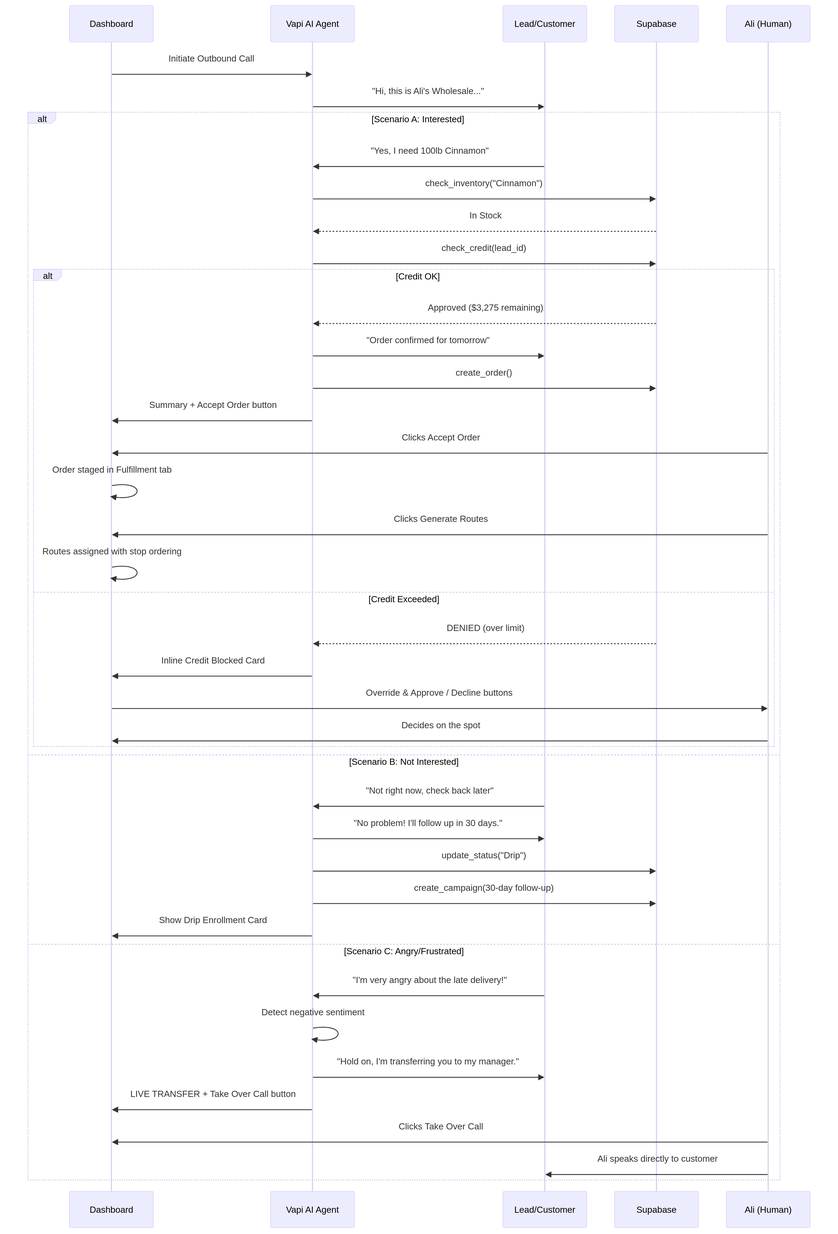
Above: docs/diagrams/03_call_workflow.png in sk6786/AliWholesaleSaas (Mermaid), before the change. Its source is kept beside it as docs/diagrams/03_call_workflow.mmd.
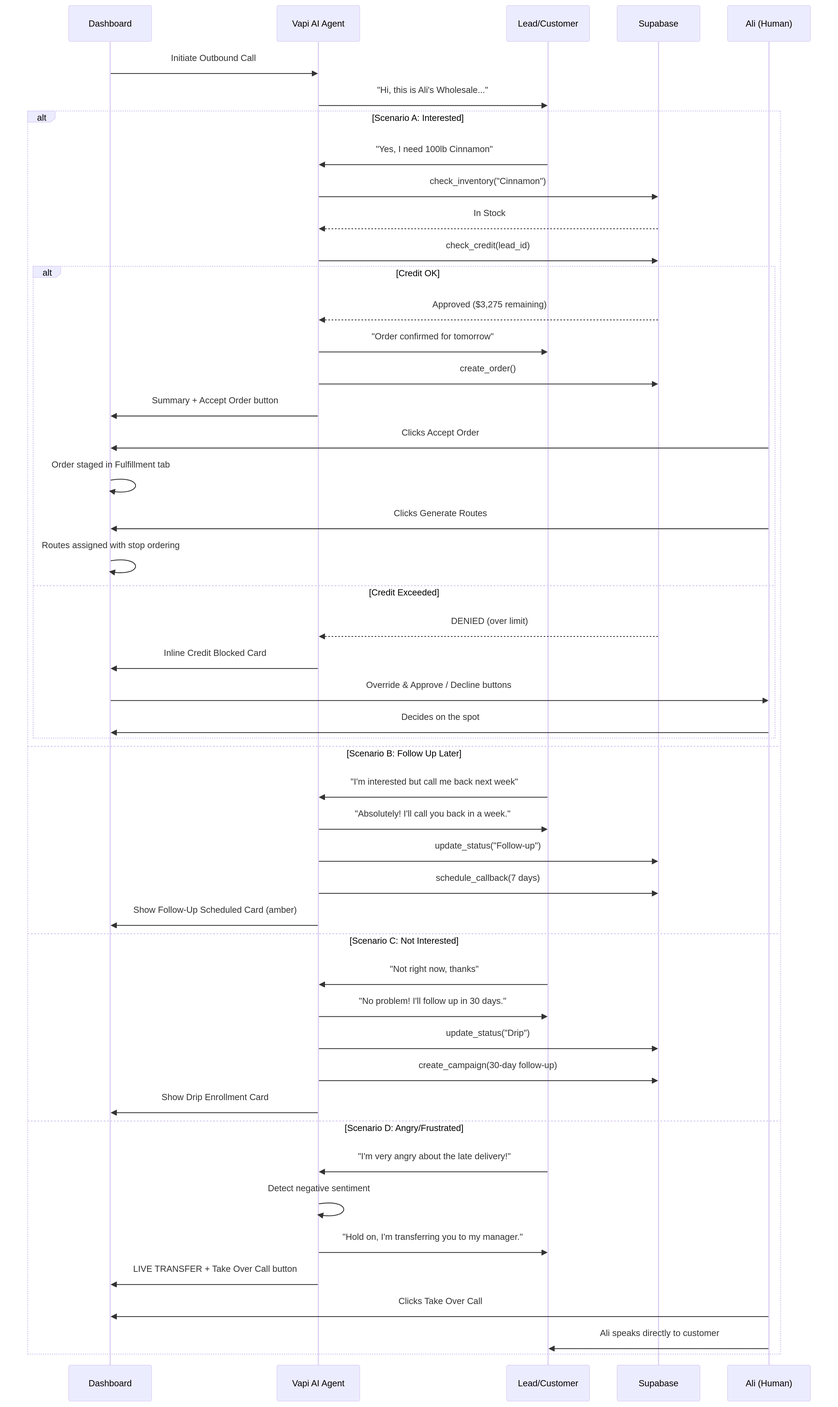
The same diagram one commit later.

Commit message:
Final audit: fix Follow-up outcome rendering, add Follow-up state to all docs/diagrams/schema, update slide 10 roadmap, add territory filter + outreach actions to demo walkthrough

Change to the diagram source:
```diff
@@ -28,13 +28,19 @@
             D->>A: Override & Approve / Decline buttons
             A->>D: Decides on the spot
         end
-    else Scenario B: Not Interested
-        L->>V: "Not right now, check back later"
+    else Scenario B: Follow Up Later
+        L->>V: "I'm interested but call me back next week"
+        V->>L: "Absolutely! I'll call you back in a week."
+        V->>DB: update_status("Follow-up")
+        V->>DB: schedule_callback(7 days)
+        V->>D: Show Follow-Up Scheduled Card (amber)
+    else Scenario C: Not Interested
+        L->>V: "Not right now, thanks"
         V->>L: "No problem! I'll follow up in 30 days."
         V->>DB: update_status("Drip")
         V->>DB: create_campaign(30-day follow-up)
         V->>D: Show Drip Enrollment Card
-    else Scenario C: Angry/Frustrated
+    else Scenario D: Angry/Frustrated
         L->>V: "I'm very angry about the late delivery!"
         V->>V: Detect negative sentiment
         V->>L: "Hold on, I'm transferring you to my manager."
```
